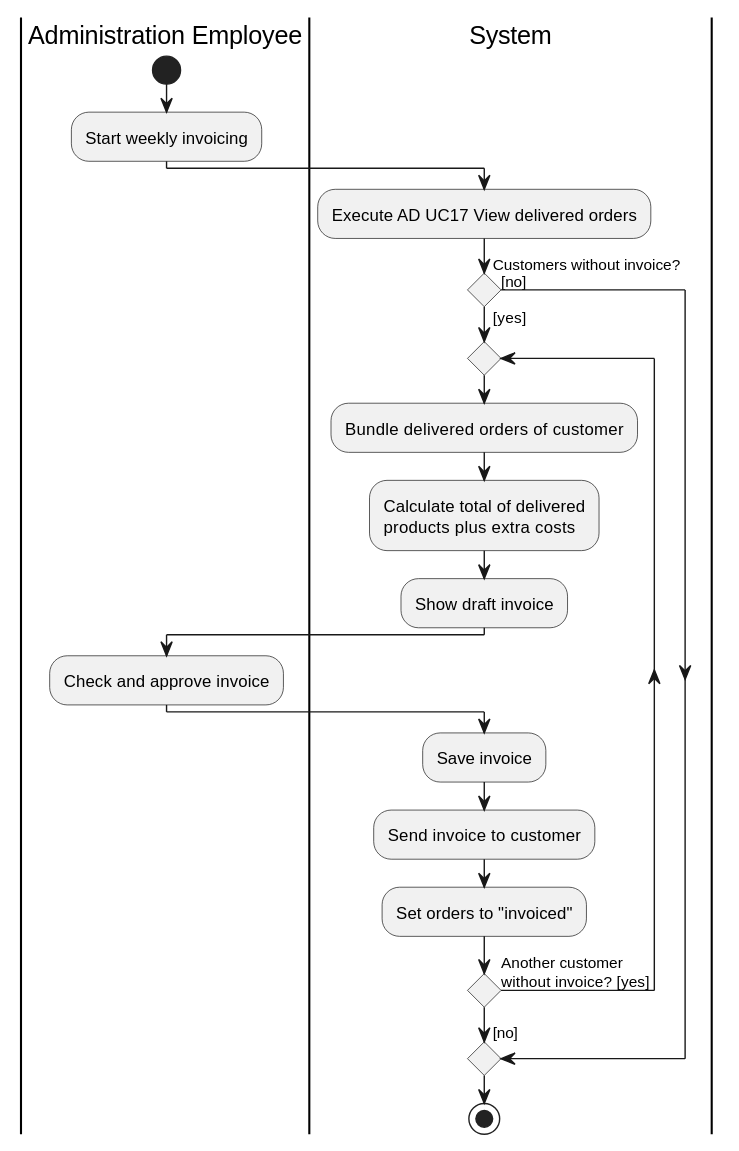
Above: Documentation/Architecture/uml/export/activity_diagrams/AD16_Create_invoice.svg in ViktorQorri/Project-Timaflu (PlantUML), before the change. Source of this version:
```plantuml
@startuml
skinparam conditionStyle diamond
skinparam ConditionEndStyle diamond
skinparam ActivityDiamondFontSize 11
|Administration Employee|
start
:Start weekly invoicing;
|System|
:Execute AD UC17 View delivered orders;
if (Customers without invoice?) then ([yes])
  repeat
    :Bundle delivered orders of customer;
    :Calculate total of delivered\nproducts plus extra costs;
    :Show draft invoice;
    |Administration Employee|
    :Check and approve invoice;
    |System|
    :Save invoice;
    :Send invoice to customer;
    :Set orders to "invoiced";
  repeat while (Another customer\nwithout invoice? [yes]) is ([yes])
  ->[no];
else ([no])
endif
stop
@enduml
```
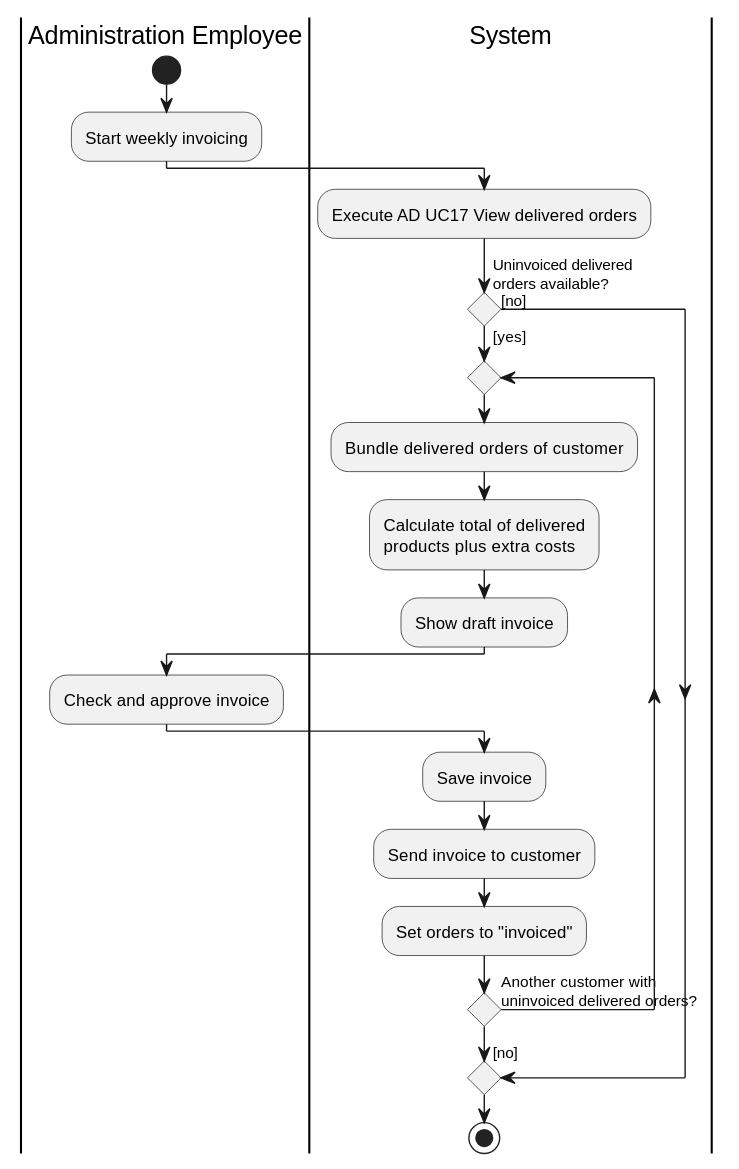
After the commit.

What changed in the source:
```diff
@@ -7,7 +7,7 @@
 :Start weekly invoicing;
 |System|
 :Execute AD UC17 View delivered orders;
-if (Customers without invoice?) then ([yes])
+if (Uninvoiced delivered\norders available?) then ([yes])
   repeat
     :Bundle delivered orders of customer;
     :Calculate total of delivered\nproducts plus extra costs;
@@ -18,7 +18,7 @@
     :Save invoice;
     :Send invoice to customer;
     :Set orders to "invoiced";
-  repeat while (Another customer\nwithout invoice? [yes]) is ([yes])
+  repeat while (Another customer with\nuninvoiced delivered orders?) is ([yes])
   ->[no];
 else ([no])
 endif
```
